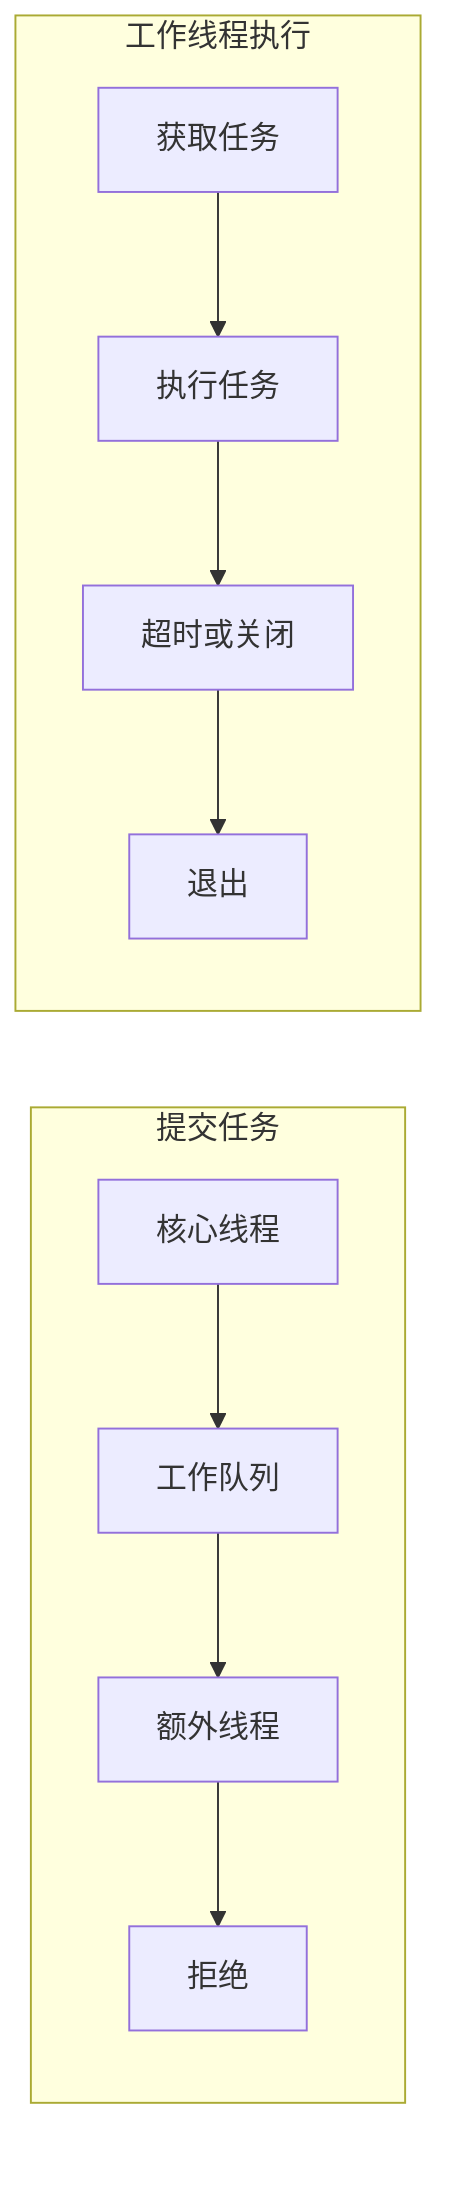
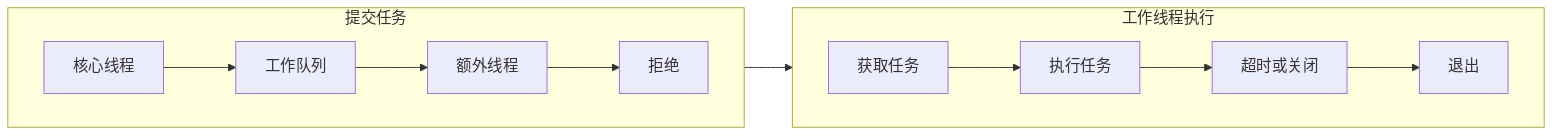
graph LR
    subgraph 提交["提交任务"]
+         direction LR
        S1["核心线程"] --> S2["工作队列"]
        S2 --> S3["额外线程"]
        S3 --> S4["拒绝"]
    end
    subgraph 执行["工作线程执行"]
+         direction LR
        W1["获取任务"] --> W2["执行任务"]
        W2 --> W3["超时或关闭"]
        W3 --> W4["退出"]
-     end+     end
+     S4 --> W1
